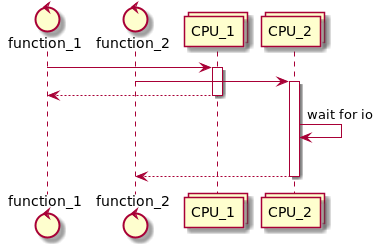
Earlier version of the PlantUML export images/process_par_multy.png (andgineer/sorokin.engineer).
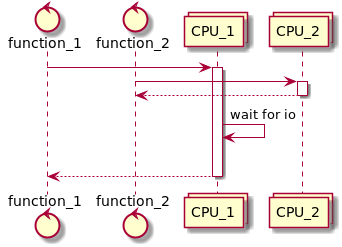
The same diagram one commit later.

The edit, as a diff of the source:
```diff
@@ -8,10 +8,10 @@
 activate CPU_1
 function_2 -> CPU_2
 activate CPU_2
+CPU_2 --> function_2
+deactivate CPU_2
+CPU_1 -> CPU_1: wait for io
+|||
 CPU_1 --> function_1
 deactivate CPU_1
-CPU_2 -> CPU_2: wait for io
-|||
-CPU_2 --> function_2
-deactivate CPU_2
 @enduml
```
